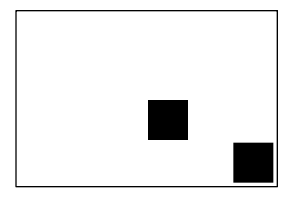
This is Proyecto1/Imagen.png from Eduardo01004/EDD_2S2019_PY1_201612124, a Graphviz export, as it was before one commit. Its source is kept beside it as Proyecto1/Imagen.dot. Source of this version:
```dot
digraph  imagen {
 node [shape=plaintext];
struct1 [label=< <TABLE >
<TR>
<TD WIDTH="30" HEIGHT="30" BORDER="0" BGCOLOR=" #ffffff "></TD>
<TD WIDTH="30" HEIGHT="30" BORDER="0" BGCOLOR=" #ffffff "></TD>
<TD WIDTH="30" HEIGHT="30" BORDER="0" BGCOLOR=" #ffffff "></TD>
<TD WIDTH="30" HEIGHT="30" BORDER="0" BGCOLOR=" #ffffff "></TD>
<TD WIDTH="30" HEIGHT="30" BORDER="0" BGCOLOR=" #ffffff "></TD>
<TD WIDTH="30" HEIGHT="30" BORDER="0" BGCOLOR=" #ffffff "></TD>
</TR>
<TR>
<TD WIDTH="30" HEIGHT="30" BORDER="0" BGCOLOR=" #ffffff "></TD>
<TD WIDTH="30" HEIGHT="30" BORDER="0" BGCOLOR=" #ffffff "></TD>
<TD WIDTH="30" HEIGHT="30" BORDER="0" BGCOLOR=" #ffffff "></TD>
<TD WIDTH="30" HEIGHT="30" BORDER="0" BGCOLOR=" #ffffff "></TD>
<TD WIDTH="30" HEIGHT="30" BORDER="0" BGCOLOR=" #ffffff "></TD>
<TD WIDTH="30" HEIGHT="30" BORDER="0" BGCOLOR=" #ffffff "></TD>
</TR>
<TR>
<TD WIDTH="30" HEIGHT="30" BORDER="0" BGCOLOR=" #ffffff "></TD>
<TD WIDTH="30" HEIGHT="30" BORDER="0" BGCOLOR=" #ffffff "></TD>
<TD WIDTH="30" HEIGHT="30" BORDER="0" BGCOLOR=" #ffffff "></TD>
<TD WIDTH="30" HEIGHT="30" BORDER="0" BGCOLOR=" ds "></TD>
<TD WIDTH="30" HEIGHT="30" BORDER="0" BGCOLOR=" #ffffff "></TD>
<TD WIDTH="30" HEIGHT="30" BORDER="0" BGCOLOR=" #ffffff "></TD>
</TR>
<TR>
<TD WIDTH="30" HEIGHT="30" BORDER="0" BGCOLOR=" #ffffff "></TD>
<TD WIDTH="30" HEIGHT="30" BORDER="0" BGCOLOR=" #ffffff "></TD>
<TD WIDTH="30" HEIGHT="30" BORDER="0" BGCOLOR=" #ffffff "></TD>
<TD WIDTH="30" HEIGHT="30" BORDER="0" BGCOLOR=" #ffffff "></TD>
<TD WIDTH="30" HEIGHT="30" BORDER="0" BGCOLOR=" #ffffff "></TD>
<TD WIDTH="30" HEIGHT="30" BORDER="0" BGCOLOR=" asx "></TD>
</TR>
</TABLE>>];
}
```
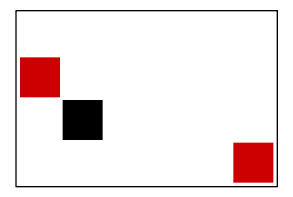
After the commit.

Diff of the diagram source:
```diff
@@ -10,8 +10,16 @@
 <TD WIDTH="30" HEIGHT="30" BORDER="0" BGCOLOR=" #ffffff "></TD>
 </TR>
 <TR>
+<TD WIDTH="30" HEIGHT="30" BORDER="0" BGCOLOR=" #CC0000 "></TD>
 <TD WIDTH="30" HEIGHT="30" BORDER="0" BGCOLOR=" #ffffff "></TD>
 <TD WIDTH="30" HEIGHT="30" BORDER="0" BGCOLOR=" #ffffff "></TD>
+<TD WIDTH="30" HEIGHT="30" BORDER="0" BGCOLOR=" #ffffff "></TD>
+<TD WIDTH="30" HEIGHT="30" BORDER="0" BGCOLOR=" #ffffff "></TD>
+<TD WIDTH="30" HEIGHT="30" BORDER="0" BGCOLOR=" #ffffff "></TD>
+</TR>
+<TR>
+<TD WIDTH="30" HEIGHT="30" BORDER="0" BGCOLOR=" #ffffff "></TD>
+<TD WIDTH="30" HEIGHT="30" BORDER="0" BGCOLOR=" #000000 "></TD>
 <TD WIDTH="30" HEIGHT="30" BORDER="0" BGCOLOR=" #ffffff "></TD>
 <TD WIDTH="30" HEIGHT="30" BORDER="0" BGCOLOR=" #ffffff "></TD>
 <TD WIDTH="30" HEIGHT="30" BORDER="0" BGCOLOR=" #ffffff "></TD>
@@ -21,17 +29,9 @@
 <TD WIDTH="30" HEIGHT="30" BORDER="0" BGCOLOR=" #ffffff "></TD>
 <TD WIDTH="30" HEIGHT="30" BORDER="0" BGCOLOR=" #ffffff "></TD>
 <TD WIDTH="30" HEIGHT="30" BORDER="0" BGCOLOR=" #ffffff "></TD>
-<TD WIDTH="30" HEIGHT="30" BORDER="0" BGCOLOR=" ds "></TD>
 <TD WIDTH="30" HEIGHT="30" BORDER="0" BGCOLOR=" #ffffff "></TD>
 <TD WIDTH="30" HEIGHT="30" BORDER="0" BGCOLOR=" #ffffff "></TD>
-</TR>
-<TR>
-<TD WIDTH="30" HEIGHT="30" BORDER="0" BGCOLOR=" #ffffff "></TD>
-<TD WIDTH="30" HEIGHT="30" BORDER="0" BGCOLOR=" #ffffff "></TD>
-<TD WIDTH="30" HEIGHT="30" BORDER="0" BGCOLOR=" #ffffff "></TD>
-<TD WIDTH="30" HEIGHT="30" BORDER="0" BGCOLOR=" #ffffff "></TD>
-<TD WIDTH="30" HEIGHT="30" BORDER="0" BGCOLOR=" #ffffff "></TD>
-<TD WIDTH="30" HEIGHT="30" BORDER="0" BGCOLOR=" asx "></TD>
+<TD WIDTH="30" HEIGHT="30" BORDER="0" BGCOLOR=" #CC0000 "></TD>
 </TR>
 </TABLE>>];
 }
```
